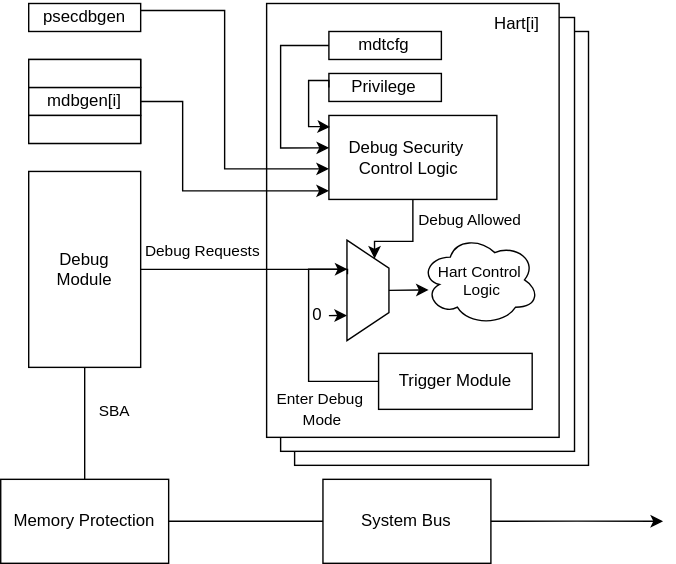
This is images/external_debug_dm.svg from riscv-non-isa/riscv-external-debug-security, a draw.io export, as it was before one commit. Source tidied: cells renumbered, new cells last; positions are measured from the earlier drawing's top-left corner, leaving out a move shared by most shapes.
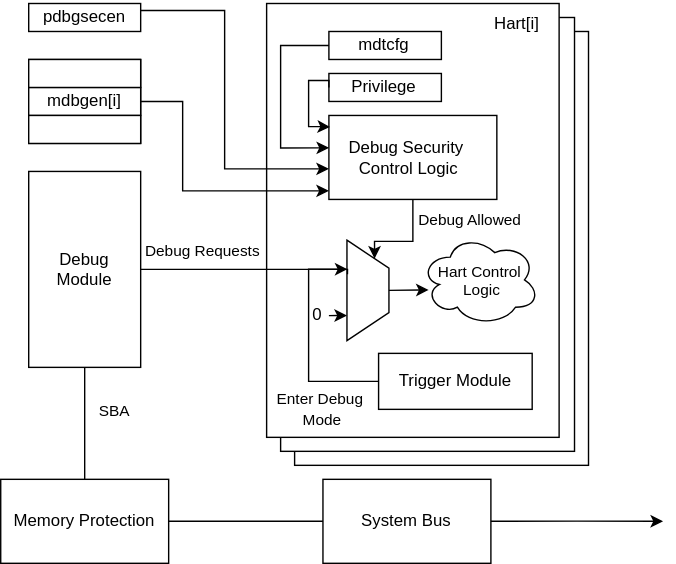
Above is the later version.

Change to the diagram source:
```diff
@@ -63,7 +63,7 @@
         </Array>
       </mxGeometry>
     </mxCell>
-    <mxCell id="18" value="psecdbgen" style="rounded=0;whiteSpace=wrap;html=1;" parent="1" vertex="1">
+    <mxCell id="18" value="pdbgsecen" style="rounded=0;whiteSpace=wrap;html=1;" parent="1" vertex="1">
       <mxGeometry x="20" width="80" height="20" as="geometry" />
     </mxCell>
     <mxCell id="19" style="edgeStyle=orthogonalEdgeStyle;rounded=0;jettySize=auto;html=1;exitX=0;exitY=0.5;exitDx=0;exitDy=0;entryX=0.289;entryY=0.988;entryDx=0;entryDy=0;entryPerimeter=0;" parent="1" edge="1" source="20" target="22">
```
